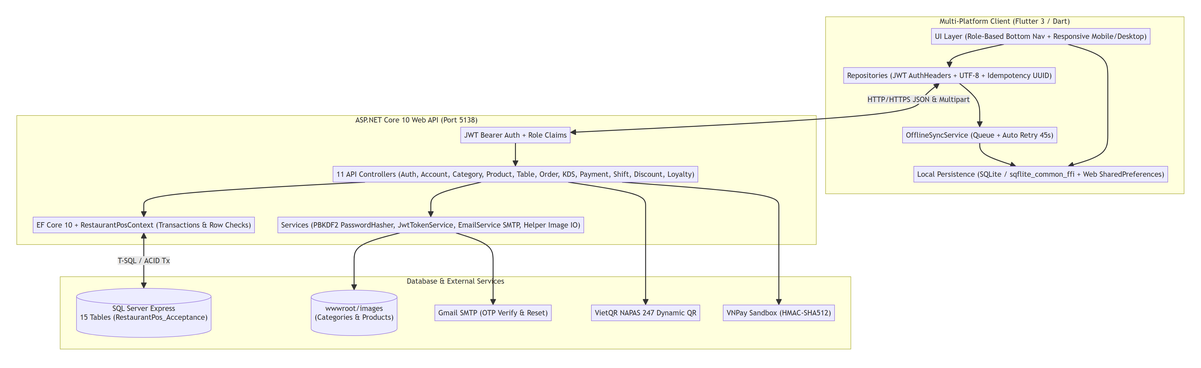
Above: defense_guide/diagrams/01_system_architecture.png in TanNguyen234/restaurant-pos-system (Mermaid), before the change. Its source is kept beside it as defense_guide/diagrams/01_system_architecture.mmd. The source it was exported from:
```mermaid
flowchart TB
    subgraph Client["Multi-Platform Client (Flutter 3 / Dart)"]
        direction LR
        UI["UI Layer (Role-Based Bottom Nav + Responsive Mobile/Desktop)"]
        Repo["Repositories (JWT AuthHeaders + UTF-8 + Idempotency UUID)"]
        LocalDB["Local Persistence (SQLite / sqflite_common_ffi + Web SharedPreferences)"]
        Sync["OfflineSyncService (Queue + Auto Retry 45s)"]
        UI --> Repo
        UI --> LocalDB
        Repo --> Sync
        Sync --> LocalDB
    end

    subgraph Backend["ASP.NET Core 10 Web API (Port 5138)"]
        direction LR
        AuthMW["JWT Bearer Auth + Role Claims"]
        Ctrl["11 API Controllers (Auth, Account, Category, Product, Table, Order, KDS, Payment, Shift, Discount, Loyalty)"]
        Services["Services (PBKDF2 PasswordHasher, JwtTokenService, EmailService SMTP, Helper Image IO)"]
        EF["EF Core 10 + RestaurantPosContext (Transactions & Row Checks)"]
        AuthMW --> Ctrl
        Ctrl --> Services
        Ctrl --> EF
    end

    subgraph DataAndExt["Database & External Services"]
        direction LR
        SQL[("SQL Server Express\n15 Tables (RestaurantPos_Acceptance)")]
        StaticImg[("wwwroot/images\n(Categories & Products)")]
        SMTP["Gmail SMTP (OTP Verify & Reset)"]
        VietQR["VietQR NAPAS 247 Dynamic QR"]
        VNPay["VNPay Sandbox (HMAC-SHA512)"]
    end

    Repo <-->|"HTTP/HTTPS JSON & Multipart"| AuthMW
    EF <-->|"T-SQL / ACID Tx"| SQL
    Services --> StaticImg
    Services --> SMTP
    Ctrl --> VietQR
    Ctrl --> VNPay
```
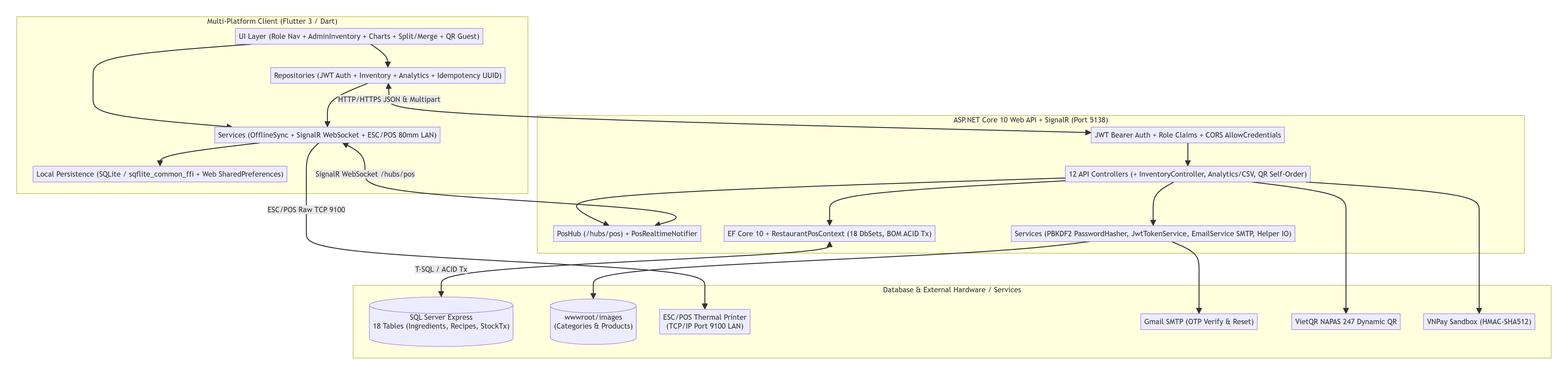
The same file after the commit.

The edit, as a diff of the source:
```diff
@@ -1,37 +1,42 @@
 flowchart TB
     subgraph Client["Multi-Platform Client (Flutter 3 / Dart)"]
         direction LR
-        UI["UI Layer (Role-Based Bottom Nav + Responsive Mobile/Desktop)"]
-        Repo["Repositories (JWT AuthHeaders + UTF-8 + Idempotency UUID)"]
+        UI["UI Layer (Role Nav + AdminInventory + Charts + Split/Merge + QR Guest)"]
+        Repo["Repositories (JWT Auth + Inventory + Analytics + Idempotency UUID)"]
+        ServicesClient["Services (OfflineSync + SignalR WebSocket + ESC/POS 80mm LAN)"]
         LocalDB["Local Persistence (SQLite / sqflite_common_ffi + Web SharedPreferences)"]
-        Sync["OfflineSyncService (Queue + Auto Retry 45s)"]
         UI --> Repo
-        UI --> LocalDB
-        Repo --> Sync
-        Sync --> LocalDB
+        UI --> ServicesClient
+        Repo --> ServicesClient
+        ServicesClient --> LocalDB
     end
 
-    subgraph Backend["ASP.NET Core 10 Web API (Port 5138)"]
+    subgraph Backend["ASP.NET Core 10 Web API + SignalR (Port 5138)"]
         direction LR
-        AuthMW["JWT Bearer Auth + Role Claims"]
-        Ctrl["11 API Controllers (Auth, Account, Category, Product, Table, Order, KDS, Payment, Shift, Discount, Loyalty)"]
-        Services["Services (PBKDF2 PasswordHasher, JwtTokenService, EmailService SMTP, Helper Image IO)"]
-        EF["EF Core 10 + RestaurantPosContext (Transactions & Row Checks)"]
+        AuthMW["JWT Bearer Auth + Role Claims + CORS AllowCredentials"]
+        Ctrl["12 API Controllers (+ InventoryController, Analytics/CSV, QR Self-Order)"]
+        Hub["PosHub (/hubs/pos) + PosRealtimeNotifier"]
+        Services["Services (PBKDF2 PasswordHasher, JwtTokenService, EmailService SMTP, Helper IO)"]
+        EF["EF Core 10 + RestaurantPosContext (18 DbSets, BOM ACID Tx)"]
         AuthMW --> Ctrl
         Ctrl --> Services
+        Ctrl --> Hub
         Ctrl --> EF
     end
 
-    subgraph DataAndExt["Database & External Services"]
+    subgraph DataAndExt["Database & External Hardware / Services"]
         direction LR
-        SQL[("SQL Server Express\n15 Tables (RestaurantPos_Acceptance)")]
+        SQL[("SQL Server Express\n18 Tables (Ingredients, Recipes, StockTx)")]
         StaticImg[("wwwroot/images\n(Categories & Products)")]
+        Printer["ESC/POS Thermal Printer\n(TCP/IP Port 9100 LAN)"]
         SMTP["Gmail SMTP (OTP Verify & Reset)"]
         VietQR["VietQR NAPAS 247 Dynamic QR"]
         VNPay["VNPay Sandbox (HMAC-SHA512)"]
     end
 
     Repo <-->|"HTTP/HTTPS JSON & Multipart"| AuthMW
+    ServicesClient <-->|"SignalR WebSocket /hubs/pos"| Hub
+    ServicesClient -->|"ESC/POS Raw TCP 9100"| Printer
     EF <-->|"T-SQL / ACID Tx"| SQL
     Services --> StaticImg
     Services --> SMTP
```
